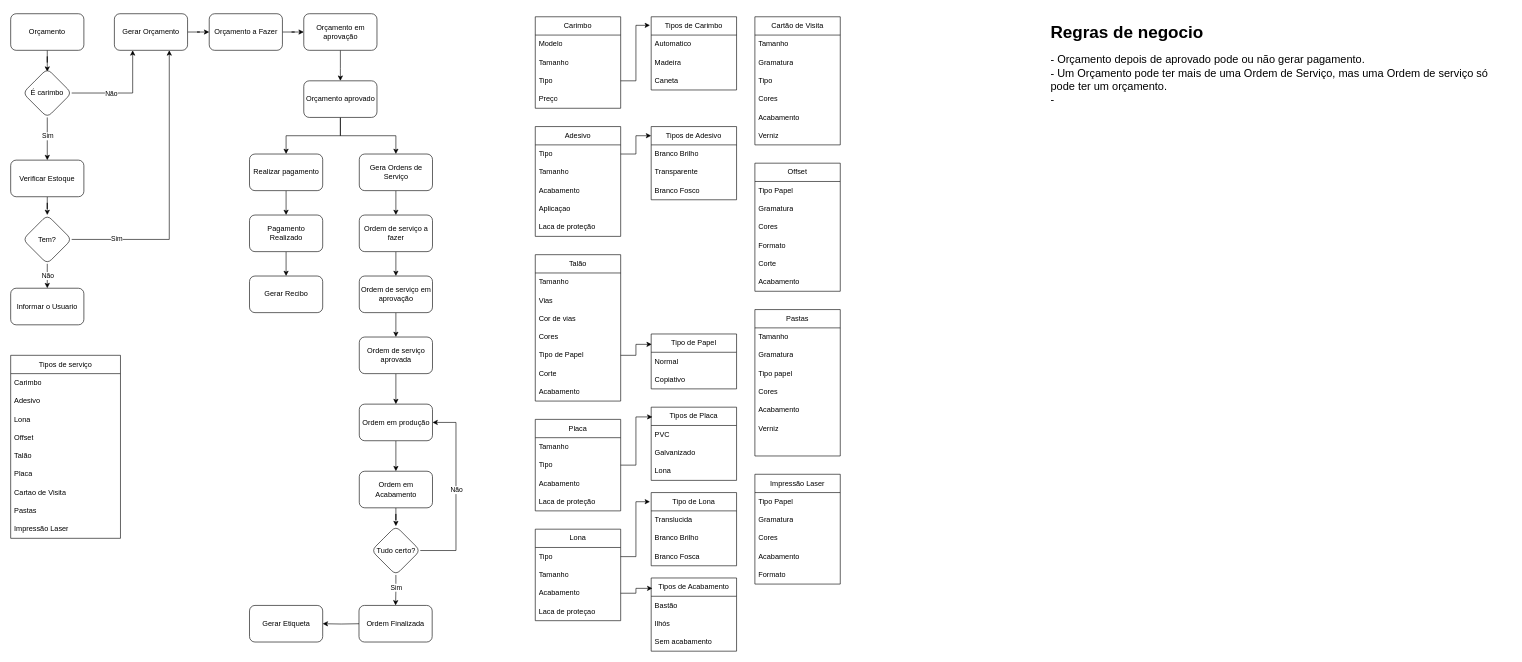
Above: Diagrama sem nome.drawio in lucasbins/diagrams (draw.io), before the change. Source tidied: cells renumbered, new cells numbered last; positions are measured from the earlier drawing's top-left corner, leaving out a move shared by most shapes. Both pictures are drawn from the tidied source at 61%, with x=0, y=0 at pixel (10, 13).
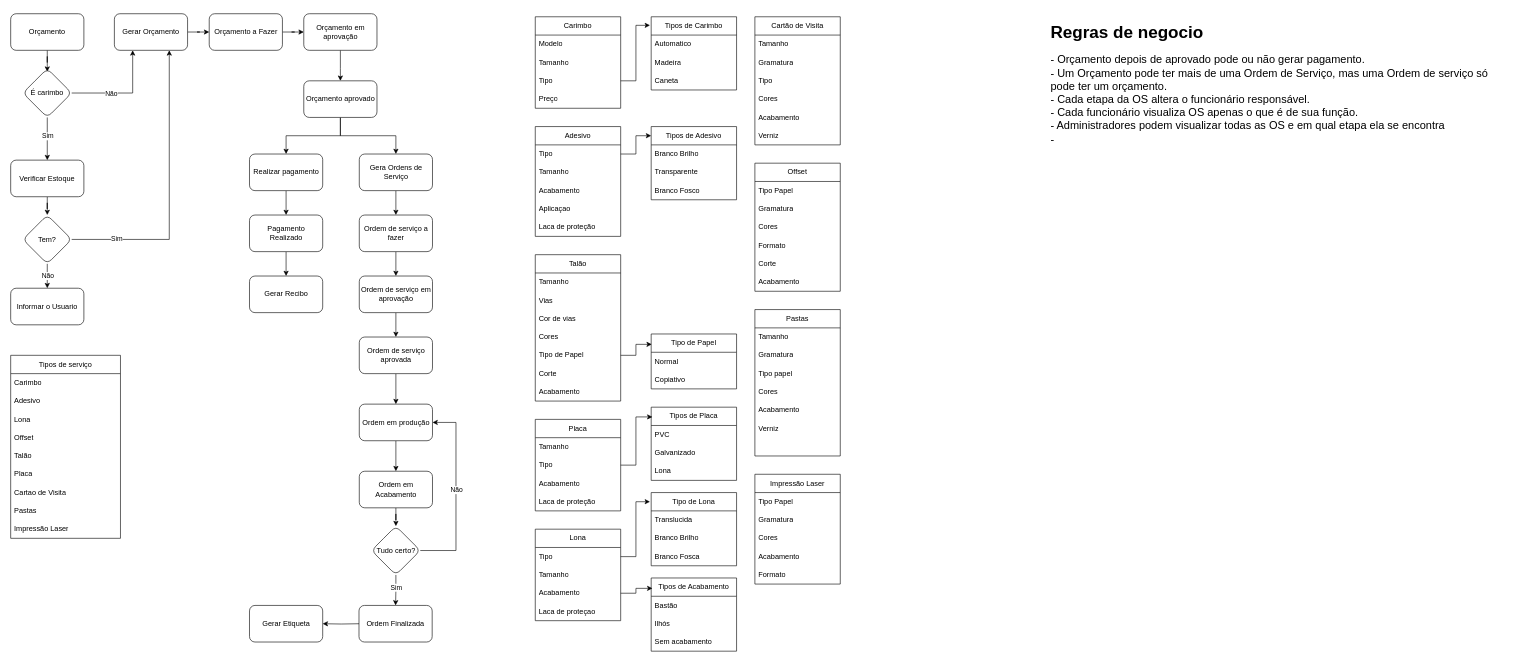
After the change.

Change to the diagram source:
```diff
@@
-    <mxCell id="147" value="&lt;h1 style=&quot;font-size: 28px;&quot;&gt;&lt;font style=&quot;font-size: 28px;&quot;&gt;Regras de negocio&lt;/font&gt;&lt;/h1&gt;&lt;div style=&quot;font-size: 18px;&quot;&gt;&lt;font style=&quot;font-size: 18px;&quot;&gt;- Orçamento depois de aprovado pode ou não gerar pagamento.&lt;/font&gt;&lt;/div&gt;&lt;div style=&quot;font-size: 18px;&quot;&gt;&lt;font style=&quot;font-size: 18px;&quot;&gt;- Um Orçamento pode ter mais de uma Ordem de Serviço, mas uma Ordem de serviço só pode ter um orçamento.&lt;/font&gt;&lt;/div&gt;&lt;div style=&quot;font-size: 18px;&quot;&gt;&lt;font style=&quot;font-size: 18px;&quot;&gt;-&amp;nbsp;&lt;/font&gt;&lt;/div&gt;" style="text;html=1;strokeColor=none;fillColor=none;spacing=5;spacingTop=-20;whiteSpace=wrap;overflow=hidden;rounded=0;align=left;" parent="1" vertex="1">
+    <mxCell id="147" value="&lt;h1 style=&quot;font-size: 28px;&quot;&gt;&lt;font style=&quot;font-size: 28px;&quot;&gt;Regras de negocio&lt;/font&gt;&lt;/h1&gt;&lt;div style=&quot;font-size: 18px;&quot;&gt;&lt;font style=&quot;font-size: 18px;&quot;&gt;- Orçamento depois de aprovado pode ou não gerar pagamento.&lt;/font&gt;&lt;/div&gt;&lt;div style=&quot;font-size: 18px;&quot;&gt;&lt;font style=&quot;font-size: 18px;&quot;&gt;- Um Orçamento pode ter mais de uma Ordem de Serviço, mas uma Ordem de serviço só pode ter um orçamento.&lt;/font&gt;&lt;/div&gt;&lt;div style=&quot;font-size: 18px;&quot;&gt;&lt;font style=&quot;font-size: 18px;&quot;&gt;- Cada etapa da OS altera o funcionário responsável.&lt;/font&gt;&lt;/div&gt;&lt;div style=&quot;font-size: 18px;&quot;&gt;&lt;font style=&quot;font-size: 18px;&quot;&gt;- Cada funcionário visualiza OS apenas o que é de sua função.&lt;/font&gt;&lt;/div&gt;&lt;div style=&quot;font-size: 18px;&quot;&gt;- Administradores podem visualizar todas as OS e em qual etapa ela se encontra&lt;/div&gt;&lt;div style=&quot;font-size: 18px;&quot;&gt;-&amp;nbsp;&lt;/div&gt;" style="text;html=1;strokeColor=none;fillColor=none;spacing=5;spacingTop=-20;whiteSpace=wrap;overflow=hidden;rounded=0;align=left;" parent="1" vertex="1">
       <mxGeometry x="1700" y="5" width="760" height="1000" as="geometry" />
     </mxCell>
```
